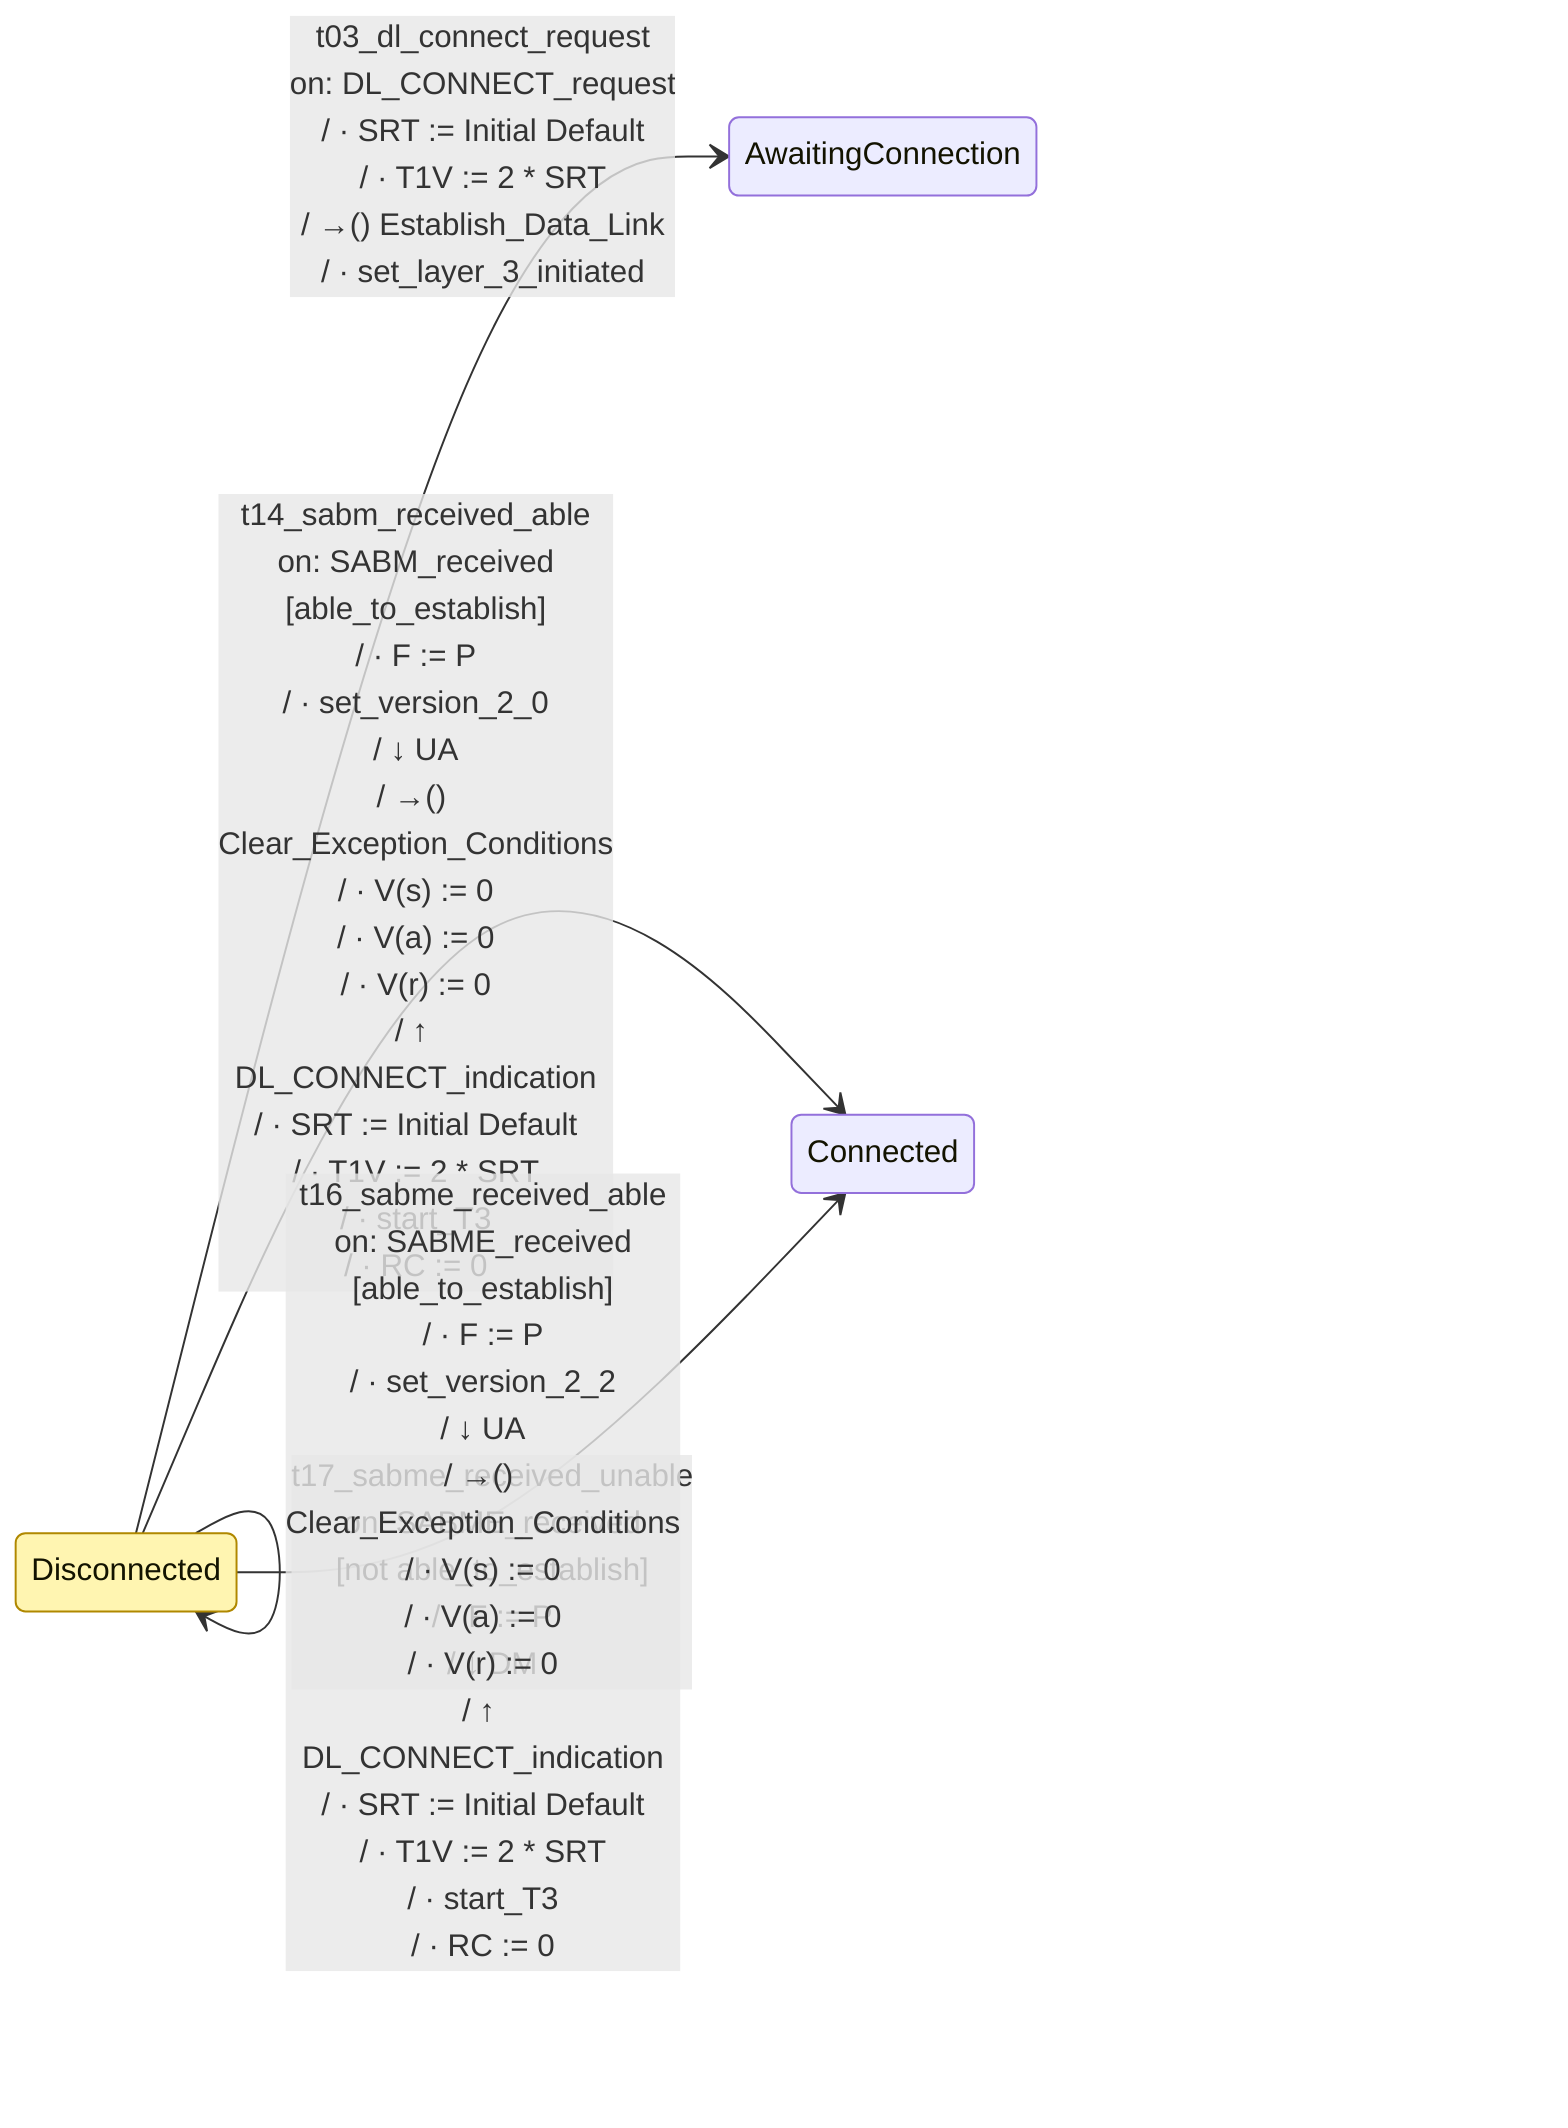
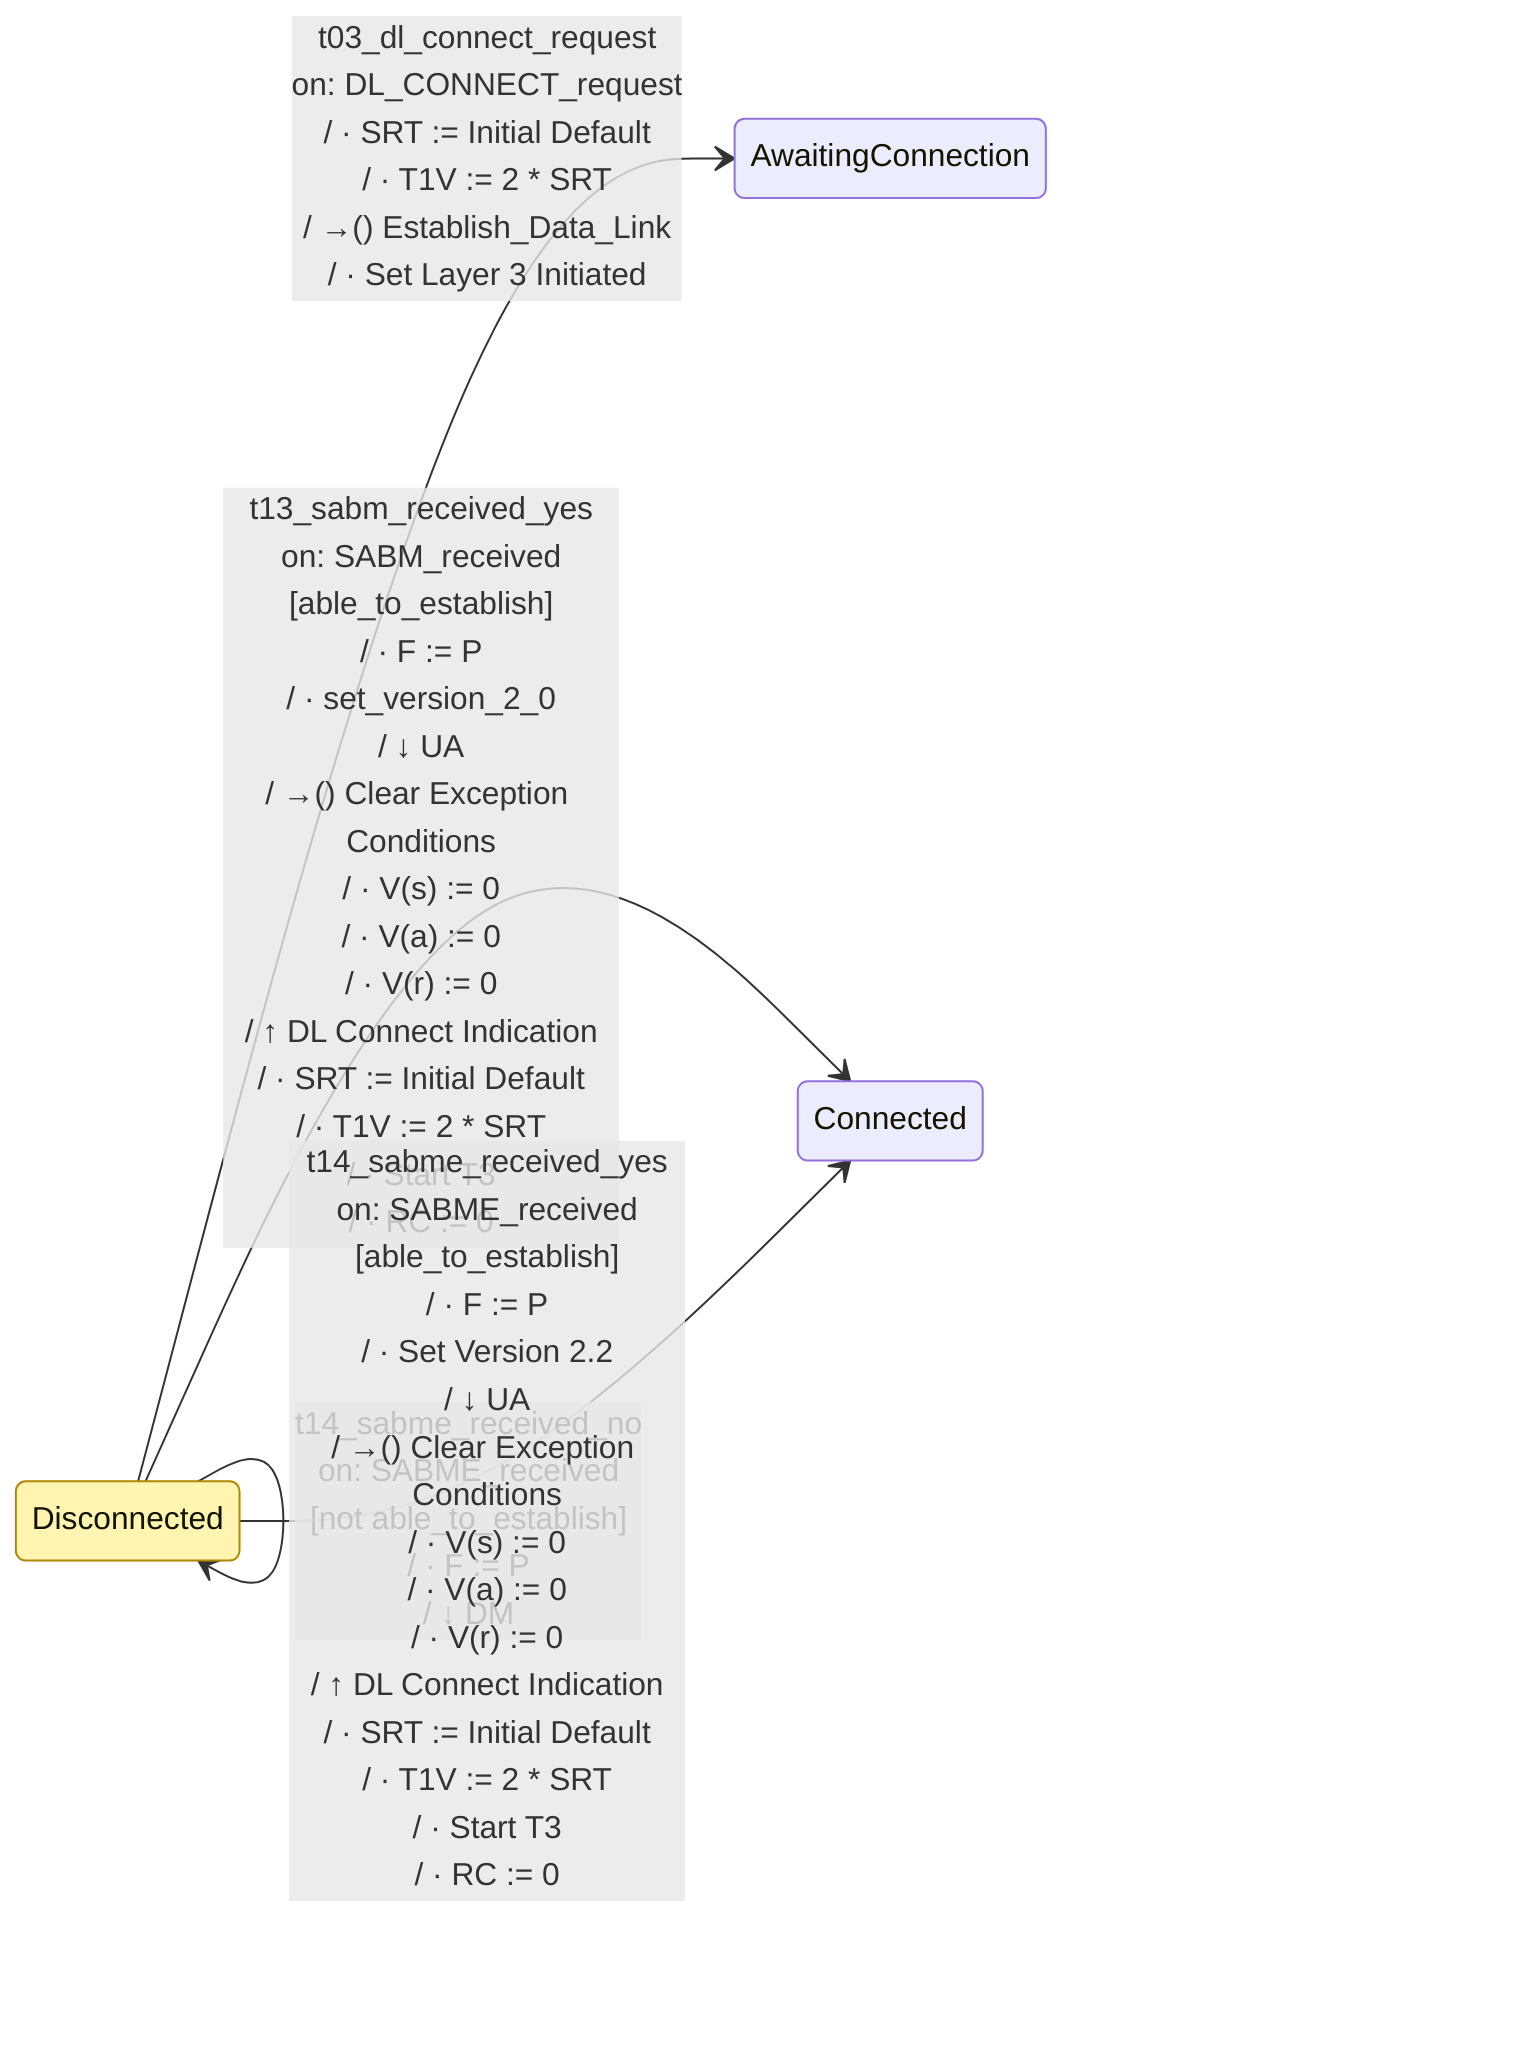
%% This file was produced by codegen/src/Packet.Sdl.CodeGen from spec-sdl/v2.2-errata/data-link/disconnected.sdl.yaml
%% Do not edit by hand. Run `dotnet run --project codegen/src/Packet.Sdl.CodeGen` to regenerate.
%%
%% Source: ax.25.2.2.4_Oct_25, figure figc4.1
- %% URL: https://raw.githubusercontent.com/packethacking/ax25spec/main/doc/media/figc4.1.png
%% Coverage: complete
%%
%% Important: this rendering is approximate and intentionally
%% looks nothing like the original SDL figure. It is a machine-
%% generated view of the transitions in the .sdl.yaml — useful
%% for spotting transcription bugs (missing transitions, wrong
%% destination state) but NOT a substitute for reading the spec
%% figure itself. See docs/sdl-primer.md.

stateDiagram-v2
    direction LR

    classDef focal fill:#fff5b1,stroke:#b08800;
    class Disconnected focal
-     Disconnected --> Disconnected: t01_dl_disconnect_request<br/>on: DL_DISCONNECT_request<br/>/ ↑ DL_DISCONNECT_confirm
-     Disconnected --> Disconnected: t02_dl_unit_data_request<br/>on: DL_UNIT_DATA_request<br/>/ ↓ UI_command
-     Disconnected --> AwaitingConnection: t03_dl_connect_request<br/>on: DL_CONNECT_request<br/>/ · SRT := Initial Default<br/>/ · T1V := 2 * SRT<br/>/ →() Establish_Data_Link<br/>/ · set_layer_3_initiated
-     Disconnected --> Disconnected: t04_all_other_primitives_from_lower_layer<br/>on: all_other_primitives__from_lower_layer
+     Disconnected --> Disconnected: t01_dl_disconnect_request<br/>on: DL_DISCONNECT_request<br/>/ ↑ DL-DISCONNECT Confirm
+     Disconnected --> Disconnected: t02_dl_unit_data_request<br/>on: DL_UNIT_DATA_request<br/>/ ↓ UI Command
+     Disconnected --> AwaitingConnection: t03_dl_connect_request<br/>on: DL_CONNECT_request<br/>/ · SRT := Initial Default<br/>/ · T1V := 2 * SRT<br/>/ →() Establish_Data_Link<br/>/ · Set Layer 3 Initiated
+     Disconnected --> Disconnected: t04_all_other_primitives__from_lower_layer<br/>on: all_other_primitives__from_lower_layer
    Disconnected --> Disconnected: t05_all_other_commands<br/>on: all_other_commands<br/>/ · F := P<br/>/ ↓ DM
-     Disconnected --> Disconnected: t06_all_other_primitives_from_upper_layer<br/>on: all_other_primitives__from_upper_layer<br/>/ · discard_primitive
-     Disconnected --> Disconnected: t07_control_field_error<br/>on: control_field_error<br/>/ ↑ DL_ERROR_indication_L
-     Disconnected --> Disconnected: t08_info_not_permitted_in_frame<br/>on: info_not_permitted_in_frame<br/>/ ↑ DL_ERROR_indication_M
-     Disconnected --> Disconnected: t09_u_or_s_frame_length_error<br/>on: u_or_s_frame_length_error<br/>/ ↑ DL_ERROR_indication_N
-     Disconnected --> Disconnected: t10_ua_received<br/>on: UA_received<br/>/ ↑ DL_ERROR_indication_C_D
-     Disconnected --> Disconnected: t11_ui_received_p_eq_1<br/>on: UI_received<br/>[P_eq_1]<br/>/ →() UI_Check<br/>/ · F := 1<br/>/ ↓ DM
-     Disconnected --> Disconnected: t12_ui_received_p_eq_0<br/>on: UI_received<br/>[not P_eq_1]<br/>/ →() UI_Check
-     Disconnected --> Disconnected: t13_disc_received<br/>on: DISC_received<br/>/ · F := P<br/>/ ↓ DM
-     Disconnected --> Connected: t14_sabm_received_able<br/>on: SABM_received<br/>[able_to_establish]<br/>/ · F := P<br/>/ · set_version_2_0<br/>/ ↓ UA<br/>/ →() Clear_Exception_Conditions<br/>/ · V(s) := 0<br/>/ · V(a) := 0<br/>/ · V(r) := 0<br/>/ ↑ DL_CONNECT_indication<br/>/ · SRT := Initial Default<br/>/ · T1V := 2 * SRT<br/>/ · start_T3<br/>/ · RC := 0
-     Disconnected --> Disconnected: t15_sabm_received_unable<br/>on: SABM_received<br/>[not able_to_establish]<br/>/ · F := P<br/>/ ↓ DM
-     Disconnected --> Connected: t16_sabme_received_able<br/>on: SABME_received<br/>[able_to_establish]<br/>/ · F := P<br/>/ · set_version_2_2<br/>/ ↓ UA<br/>/ →() Clear_Exception_Conditions<br/>/ · V(s) := 0<br/>/ · V(a) := 0<br/>/ · V(r) := 0<br/>/ ↑ DL_CONNECT_indication<br/>/ · SRT := Initial Default<br/>/ · T1V := 2 * SRT<br/>/ · start_T3<br/>/ · RC := 0
-     Disconnected --> Disconnected: t17_sabme_received_unable<br/>on: SABME_received<br/>[not able_to_establish]<br/>/ · F := P<br/>/ ↓ DM
+     Disconnected --> Disconnected: t06_all_other_primitives__from_upper_layer<br/>on: all_other_primitives__from_upper_layer<br/>/ · Discard Primitive
+     Disconnected --> Disconnected: t07_control_field_error<br/>on: control_field_error<br/>/ ↑ DL-ERROR Indication (L)
+     Disconnected --> Disconnected: t08_info_not_permitted_in_frame<br/>on: info_not_permitted_in_frame<br/>/ ↑ DL-ERROR Indication (M)
+     Disconnected --> Disconnected: t09_u_or_s_frame_length_error<br/>on: u_or_s_frame_length_error<br/>/ ↑ DL-ERROR Indication (N)
+     Disconnected --> Disconnected: t10_ua_received<br/>on: UA_received<br/>/ ↑ DL-ERROR Indication (C,D)
+     Disconnected --> Disconnected: t11_ui_received_no<br/>on: UI_received<br/>[not P_eq_1]<br/>/ →() UI Check
+     Disconnected --> Disconnected: t11_ui_received_yes<br/>on: UI_received<br/>[P_eq_1]<br/>/ →() UI Check<br/>/ · F := 1<br/>/ ↓ DM
+     Disconnected --> Disconnected: t12_disc_received<br/>on: DISC_received<br/>/ · F := P<br/>/ ↓ DM
+     Disconnected --> Disconnected: t13_sabm_received_no<br/>on: SABM_received<br/>[not able_to_establish]<br/>/ · F := P<br/>/ ↓ DM
+     Disconnected --> Connected: t13_sabm_received_yes<br/>on: SABM_received<br/>[able_to_establish]<br/>/ · F := P<br/>/ · set_version_2_0<br/>/ ↓ UA<br/>/ →() Clear Exception Conditions<br/>/ · V(s) := 0<br/>/ · V(a) := 0<br/>/ · V(r) := 0<br/>/ ↑ DL Connect Indication<br/>/ · SRT := Initial Default<br/>/ · T1V := 2 * SRT<br/>/ · Start T3<br/>/ · RC := 0
+     Disconnected --> Disconnected: t14_sabme_received_no<br/>on: SABME_received<br/>[not able_to_establish]<br/>/ · F := P<br/>/ ↓ DM
+     Disconnected --> Connected: t14_sabme_received_yes<br/>on: SABME_received<br/>[able_to_establish]<br/>/ · F := P<br/>/ · Set Version 2.2<br/>/ ↓ UA<br/>/ →() Clear Exception Conditions<br/>/ · V(s) := 0<br/>/ · V(a) := 0<br/>/ · V(r) := 0<br/>/ ↑ DL Connect Indication<br/>/ · SRT := Initial Default<br/>/ · T1V := 2 * SRT<br/>/ · Start T3<br/>/ · RC := 0
